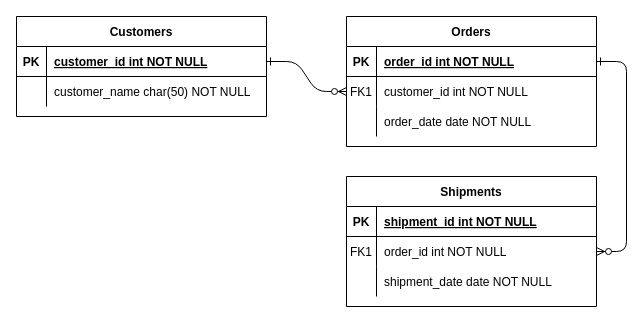
Above: Diagrama sin título.drawio in Millicay/stage-combat (draw.io), before the change. Source tidied: cells renumbered, new cells numbered last; positions are measured from the earlier drawing's top-left corner, leaving out a move shared by most shapes. Both pictures are drawn from the tidied source at 100%, with x=0, y=0 at pixel (16, 16).
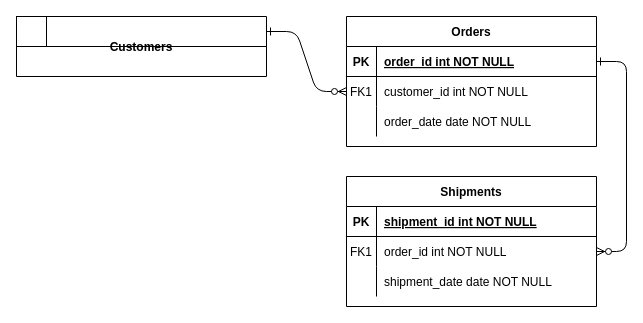
Above is the later version.

Commit message:
MER Stage Combat.drawio

Diff of the diagram source:
```diff
@@
-    <mxCell id="24" value="Customers" style="shape=table;startSize=30;childLayout=tableLayout;rowLines=0;fontStyle=1;align=center;" parent="1" vertex="1">
-      <mxGeometry width="250" height="100" as="geometry" />
+    <mxCell id="24" value="Customers" style="shape=table;startSize=0;childLayout=tableLayout;rowLines=0;fontStyle=1;align=center;" parent="1" vertex="1">
+      <mxGeometry width="250" height="60" as="geometry" />
     </mxCell>
     <mxCell id="25" style="shape=partialRectangle;fillColor=none;points=[[0,0.5],[1,0.5]];portConstraint=eastwest;top=0;left=0;right=0;bottom=1;" parent="24" vertex="1">
-      <mxGeometry y="30" width="250" height="30" as="geometry" />
+      <mxGeometry width="250" height="30" as="geometry" />
     </mxCell>
-    <mxCell id="26" value="PK" style="shape=partialRectangle;overflow=hidden;fillColor=none;top=0;left=0;bottom=0;right=0;fontStyle=1;" parent="25" vertex="1">
+    <mxCell id="26" style="shape=partialRectangle;overflow=hidden;fillColor=none;top=0;left=0;bottom=0;right=0;fontStyle=1;" parent="25" vertex="1">
       <mxGeometry width="30" height="30" as="geometry" />
     </mxCell>
-    <mxCell id="27" value="customer_id int NOT NULL " style="shape=partialRectangle;overflow=hidden;fillColor=none;top=0;left=0;bottom=0;right=0;align=left;spacingLeft=6;fontStyle=5;" parent="25" vertex="1">
+    <mxCell id="27" style="shape=partialRectangle;overflow=hidden;fillColor=none;top=0;left=0;bottom=0;right=0;align=left;spacingLeft=6;fontStyle=5;" parent="25" vertex="1">
       <mxGeometry x="30" width="220" height="30" as="geometry" />
     </mxCell>
-    <mxCell id="28" style="shape=partialRectangle;fillColor=none;top=0;left=0;right=0;bottom=0;" parent="24" vertex="1">
-      <mxGeometry y="60" width="250" height="30" as="geometry" />
-    </mxCell>
-    <mxCell id="29" style="shape=partialRectangle;overflow=hidden;fillColor=none;top=0;left=0;bottom=0;right=0;" parent="28" vertex="1">
-      <mxGeometry width="30" height="30" as="geometry" />
-    </mxCell>
-    <mxCell id="30" value="customer_name char(50) NOT NULL" style="shape=partialRectangle;overflow=hidden;fillColor=none;top=0;left=0;bottom=0;right=0;align=left;spacingLeft=6;" parent="28" vertex="1">
-      <mxGeometry x="30" width="220" height="30" as="geometry" />
-    </mxCell>
```
